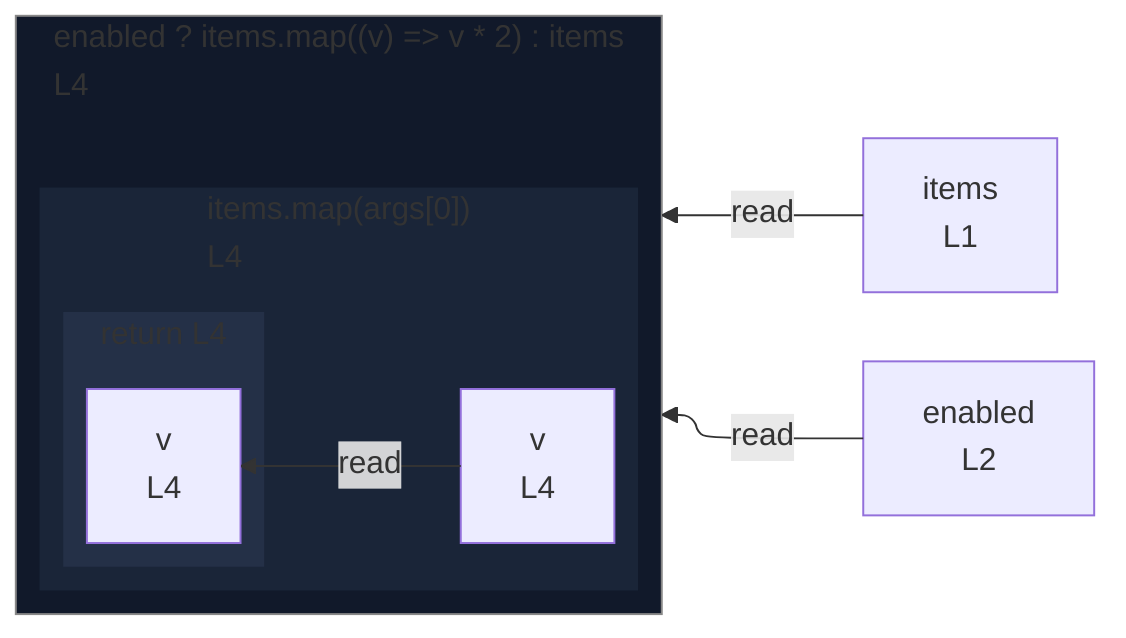
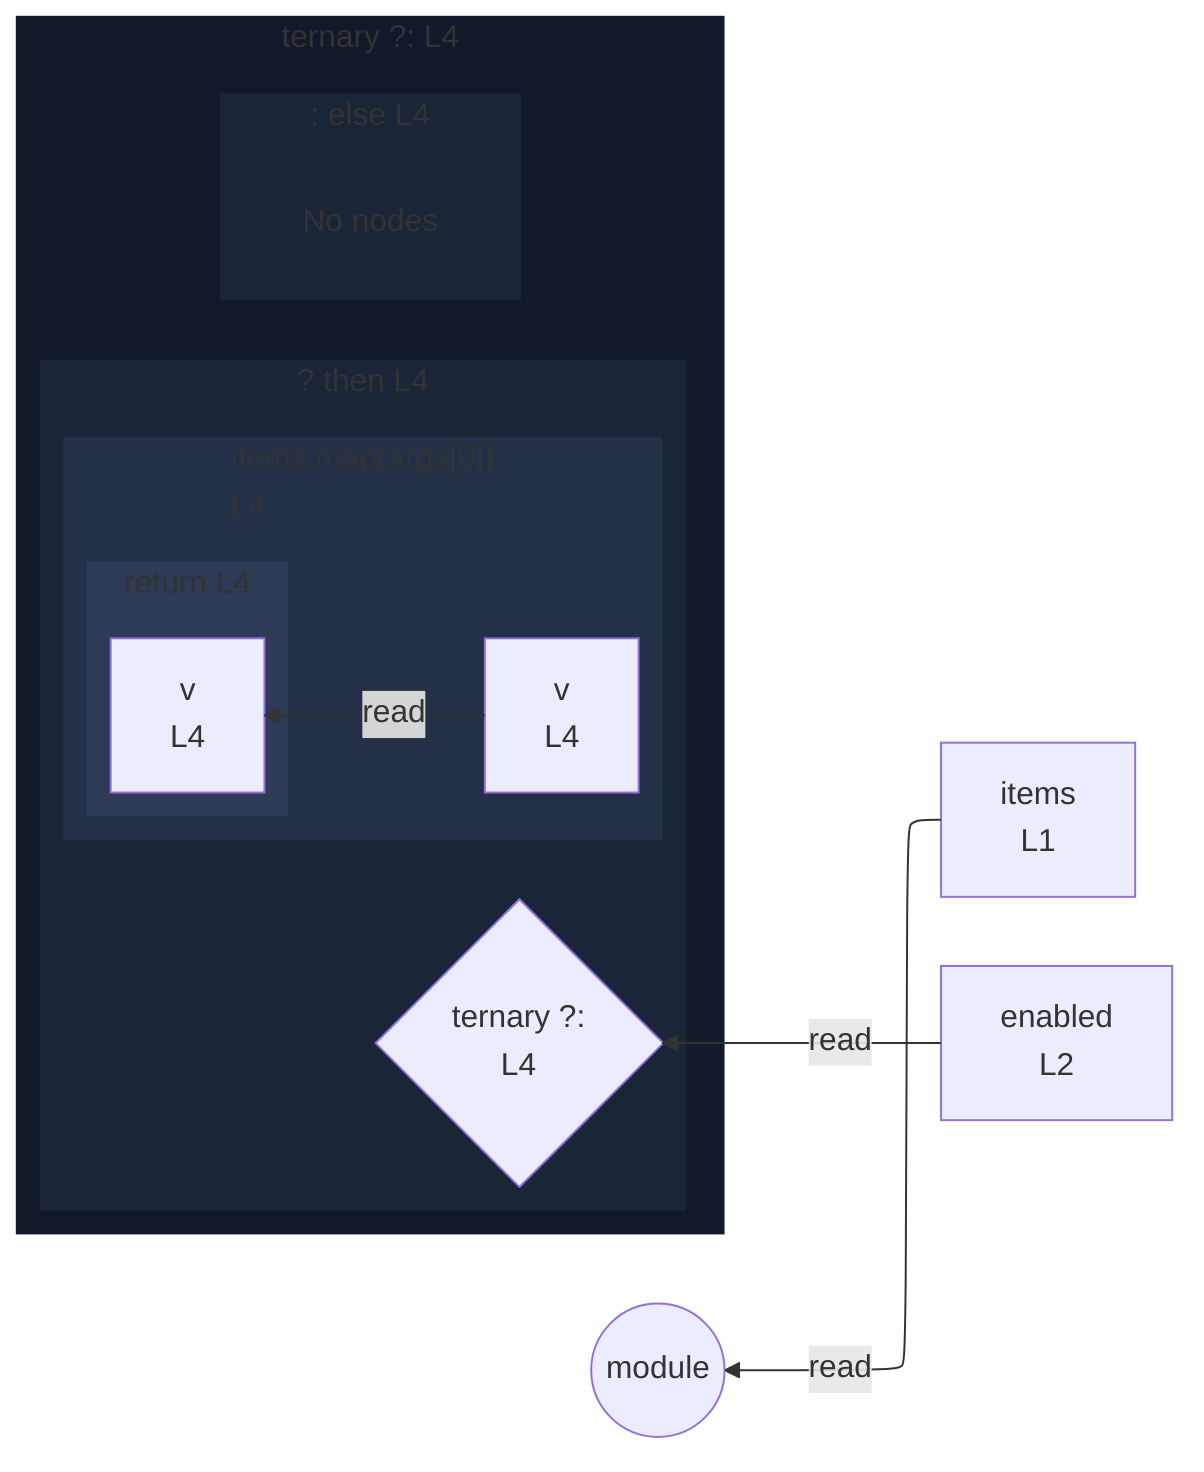
%%{init: {"flowchart": {"defaultRenderer": "elk"}}}%%
flowchart RL
  n_scope_0_items_6["items<br/>L1"]
  n_scope_0_enabled_31["enabled<br/>L2"]
-   subgraph expr_stmt_48["enabled ? items.map((v) =&gt; v * 2) : items<br/>L4"]
+   subgraph cont_ternary_scope_0_48["ternary ?: L4"]
    direction RL
-     subgraph s_scope_1["items.map(args[0])<br/>L4"]
+     subgraph s_scope_1["? then L4"]
      direction RL
-       n_scope_1_v_69["v<br/>L4"]
-       subgraph s_return_scope_1_75_80["return L4"]
+       ternary_test_scope_0_48{"ternary ?:<br/>L4"}
+       subgraph s_scope_2["items.map(args[0])<br/>L4"]
        direction RL
-         ret_use_ref_4["v<br/>L4"]
+         n_scope_2_v_69["v<br/>L4"]
+         subgraph s_return_scope_2_75_80["return L4"]
+           direction RL
+           ret_use_ref_4["v<br/>L4"]
+         end
      end
    end
+     subgraph s_scope_3[": else L4"]
+       direction RL
+       elk_empty_s_scope_3["No nodes"]
+     end
  end
-   n_scope_0_enabled_31 -->|read| expr_stmt_48
-   n_scope_0_items_6 -->|read| expr_stmt_48
-   n_scope_1_v_69 -->|read| ret_use_ref_4
+   n_scope_0_enabled_31 -->|read| ternary_test_scope_0_48
+   n_scope_0_items_6 -->|read| module_root
+   n_scope_2_v_69 -->|read| ret_use_ref_4
+   module_root((module))
  classDef nestL1 fill:#11192a,stroke:transparent;
-   class expr_stmt_48 nestL1;
+   class cont_ternary_scope_0_48 nestL1;
  classDef nestL2 fill:#1a2538,stroke:transparent;
  class s_scope_1 nestL2;
+   class s_scope_3 nestL2;
  classDef nestL3 fill:#243047,stroke:transparent;
-   class s_return_scope_1_75_80 nestL3;
-   classDef edgeTargetSubgraph stroke:#888;
-   class expr_stmt_48 edgeTargetSubgraph;
+   class s_scope_2 nestL3;
+   classDef nestL4 fill:#2d3b57,stroke:transparent;
+   class s_return_scope_2_75_80 nestL4;
+   classDef elkEmptyPlaceholder fill:transparent,stroke:transparent;
+   class elk_empty_s_scope_3 elkEmptyPlaceholder;
